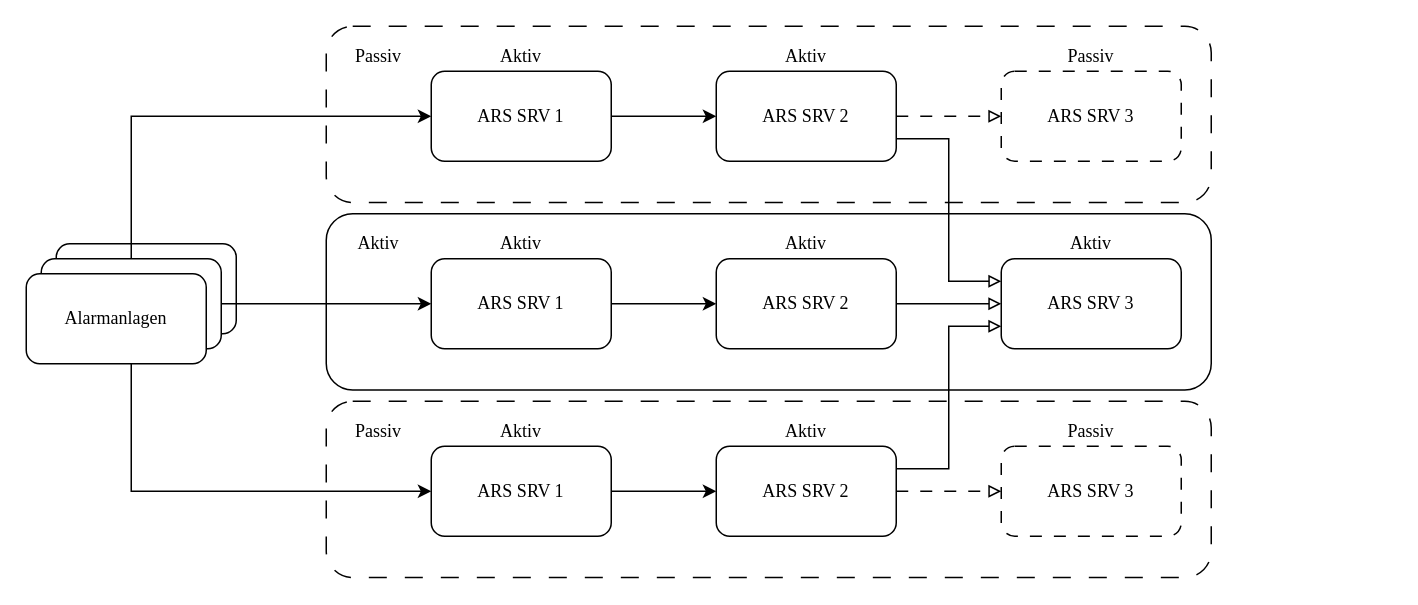
This is drawio/marc_squashed.drawio from JadKHaddad/MT, a draw.io file, before an edit. Source tidied: cells renumbered, new cells numbered last; positions are measured from the earlier drawing's top-left corner, leaving out a move shared by most shapes. Both pictures are drawn from the tidied source at 150%, with x=0, y=0 at pixel (26, 26).
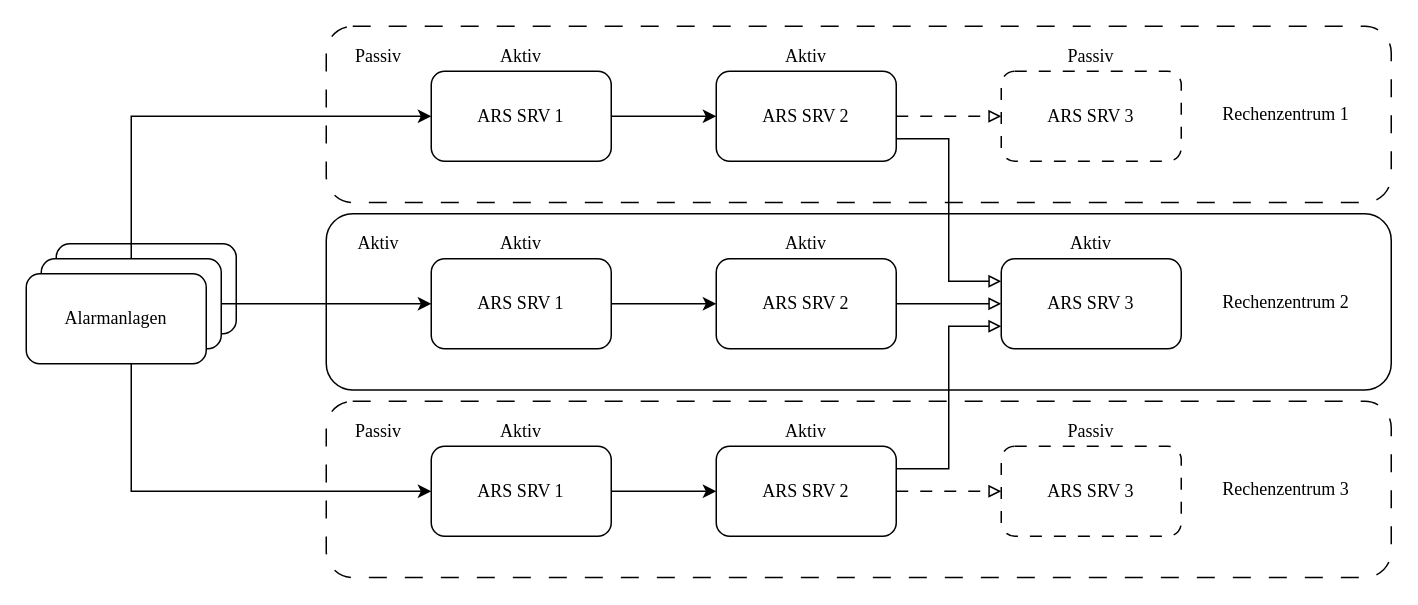
The same page after the edit.

Change to the diagram source:
```diff
@@
     <mxCell id="8" style="rounded=1;whiteSpace=wrap;html=1;labelPosition=center;verticalLabelPosition=middle;align=center;verticalAlign=middle;fillColor=none;dashed=1;dashPattern=12 12;fontFamily=Times New Roman;" parent="1" vertex="1">
-      <mxGeometry x="200" width="590" height="117.5" as="geometry" />
+      <mxGeometry x="200" width="710" height="117.5" as="geometry" />
     </mxCell>
@@
     <mxCell id="19" style="rounded=1;whiteSpace=wrap;html=1;labelPosition=center;verticalLabelPosition=middle;align=center;verticalAlign=middle;fillColor=none;dashed=1;dashPattern=12 12;fontFamily=Times New Roman;" parent="1" vertex="1">
-      <mxGeometry x="200" y="250" width="590" height="117.5" as="geometry" />
+      <mxGeometry x="200" y="250" width="710" height="117.5" as="geometry" />
     </mxCell>
@@
     <mxCell id="27" style="rounded=1;whiteSpace=wrap;html=1;labelPosition=center;verticalLabelPosition=middle;align=center;verticalAlign=middle;fillColor=none;fontFamily=Times New Roman;" parent="1" vertex="1">
-      <mxGeometry x="200" y="125" width="590" height="117.5" as="geometry" />
+      <mxGeometry x="200" y="125" width="710" height="117.5" as="geometry" />
     </mxCell>
@@
+    <mxCell id="40" value="Rechenzentrum 1" style="text;html=1;whiteSpace=wrap;strokeColor=none;fillColor=none;align=center;verticalAlign=middle;rounded=0;fontFamily=Times New Roman;" parent="1" vertex="1">
+      <mxGeometry x="790" y="43.8" width="100" height="30" as="geometry" />
+    </mxCell>
+    <mxCell id="41" value="Rechenzentrum 2" style="text;html=1;whiteSpace=wrap;strokeColor=none;fillColor=none;align=center;verticalAlign=middle;rounded=0;fontFamily=Times New Roman;" parent="1" vertex="1">
+      <mxGeometry x="790" y="168.8" width="100" height="30" as="geometry" />
+    </mxCell>
+    <mxCell id="42" value="Rechenzentrum 3" style="text;html=1;whiteSpace=wrap;strokeColor=none;fillColor=none;align=center;verticalAlign=middle;rounded=0;fontFamily=Times New Roman;" parent="1" vertex="1">
+      <mxGeometry x="790" y="293.8" width="100" height="30" as="geometry" />
+    </mxCell>
```
